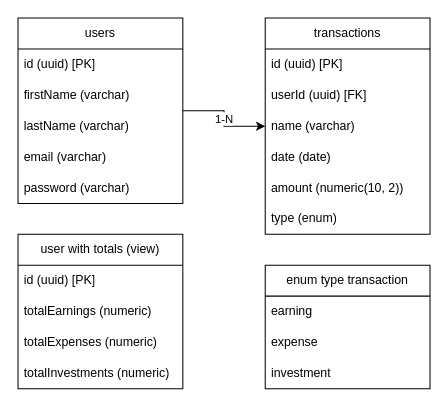
This is page "diagrama" (1 of 3) of docs/diagrama.drawio from deibsoncogo/simple-finance-api-fsc, a draw.io file, before an edit. Source tidied: cells renumbered, new cells numbered last; positions are measured from the earlier drawing's top-left corner, leaving out a move shared by most shapes. Both pictures are drawn from the tidied source at 103%, with x=0, y=0 at pixel (18, 18).
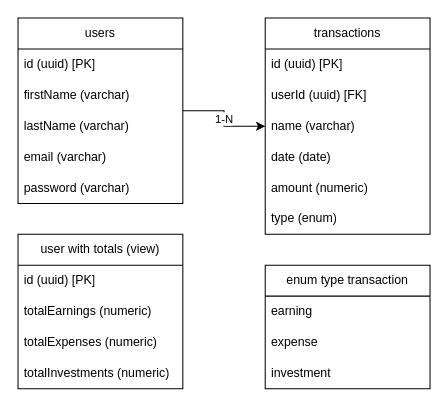
The same page after the edit.

Commit message (it also covers changes not shown here):
feat: criação do repositório create user

The change refers to these unchanged cells:
```xml
<mxCell id="8" value="transactions" style="swimlane;fontStyle=0;horizontal=1;startSize=30;whiteSpace=wrap;html=1;" parent="1" vertex="1">
  <mxGeometry x="240" width="160" height="210" as="geometry" />
</mxCell>
```

Diff of the diagram source:
```diff
@@
-    <mxCell id="13" value="amount (numeric(10, 2))" style="text;strokeColor=none;fillColor=none;align=left;verticalAlign=middle;spacingLeft=4;spacingRight=4;overflow=hidden;whiteSpace=wrap;html=1;" parent="8" vertex="1">
+    <mxCell id="13" value="amount (numeric)" style="text;strokeColor=none;fillColor=none;align=left;verticalAlign=middle;spacingLeft=4;spacingRight=4;overflow=hidden;whiteSpace=wrap;html=1;" parent="8" vertex="1">
       <mxGeometry y="150" width="160" height="30" as="geometry" />
     </mxCell>
```
